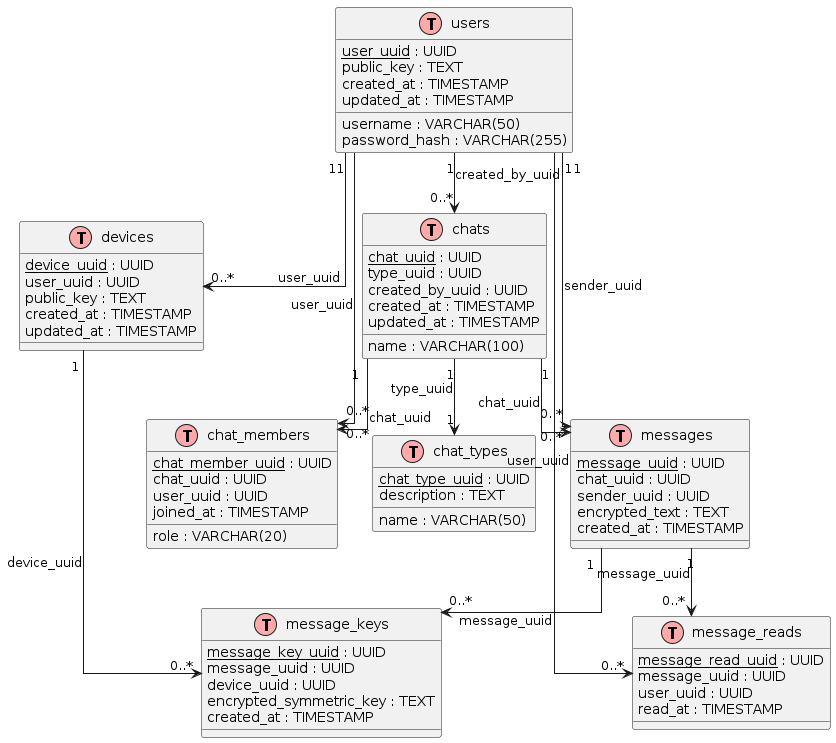
Before: docs/db.png, a diagram exported from PlantUML (sbilibin2017/bil-message).
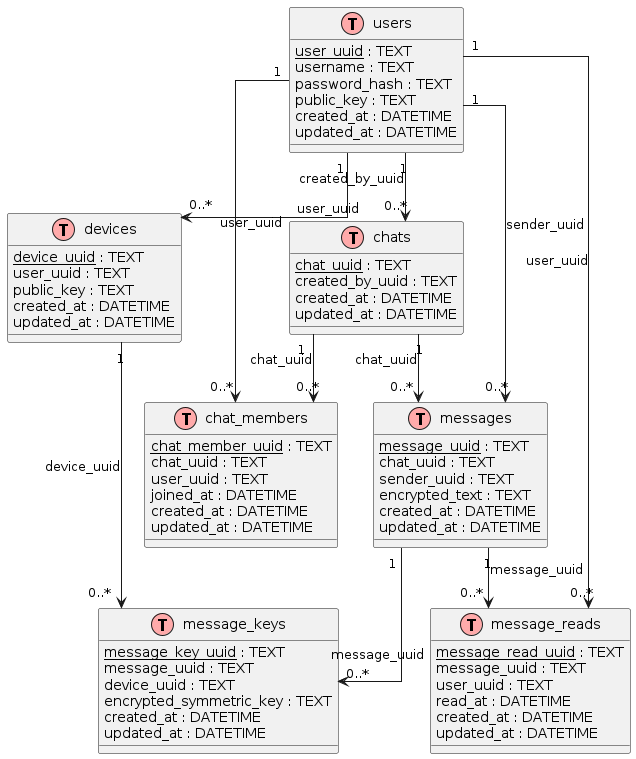
After the commit.

The edit, as a diff of the source:
```diff
@@ -4,66 +4,63 @@
 skinparam linetype ortho
 
 table(users) {
-    <u>user_uuid</u> : UUID
-    username : VARCHAR(50)
-    password_hash : VARCHAR(255)
+    <u>user_uuid</u> : TEXT
+    username : TEXT
+    password_hash : TEXT
     public_key : TEXT
-    created_at : TIMESTAMP
-    updated_at : TIMESTAMP
+    created_at : DATETIME
+    updated_at : DATETIME
 }
 
 table(devices) {
-    <u>device_uuid</u> : UUID
-    user_uuid : UUID
+    <u>device_uuid</u> : TEXT
+    user_uuid : TEXT
     public_key : TEXT
-    created_at : TIMESTAMP
-    updated_at : TIMESTAMP
-}
-
-table(chat_types) {
-    <u>chat_type_uuid</u> : UUID
-    name : VARCHAR(50)
-    description : TEXT
+    created_at : DATETIME
+    updated_at : DATETIME
 }
 
 table(chats) {
-    <u>chat_uuid</u> : UUID
-    name : VARCHAR(100)
-    type_uuid : UUID
-    created_by_uuid : UUID
-    created_at : TIMESTAMP
-    updated_at : TIMESTAMP
+    <u>chat_uuid</u> : TEXT
+    created_by_uuid : TEXT
+    created_at : DATETIME
+    updated_at : DATETIME
 }
 
 table(chat_members) {
-    <u>chat_member_uuid</u> : UUID
-    chat_uuid : UUID
-    user_uuid : UUID
-    role : VARCHAR(20)
-    joined_at : TIMESTAMP
+    <u>chat_member_uuid</u> : TEXT
+    chat_uuid : TEXT
+    user_uuid : TEXT
+    joined_at : DATETIME
+    created_at : DATETIME
+    updated_at : DATETIME
 }
 
 table(messages) {
-    <u>message_uuid</u> : UUID
-    chat_uuid : UUID
-    sender_uuid : UUID
+    <u>message_uuid</u> : TEXT
+    chat_uuid : TEXT
+    sender_uuid : TEXT
     encrypted_text : TEXT
-    created_at : TIMESTAMP
+    created_at : DATETIME
+    updated_at : DATETIME
 }
 
 table(message_keys) {
-    <u>message_key_uuid</u> : UUID
-    message_uuid : UUID
-    device_uuid : UUID
+    <u>message_key_uuid</u> : TEXT
+    message_uuid : TEXT
+    device_uuid : TEXT
     encrypted_symmetric_key : TEXT
-    created_at : TIMESTAMP
+    created_at : DATETIME
+    updated_at : DATETIME
 }
 
 table(message_reads) {
-    <u>message_read_uuid</u> : UUID
-    message_uuid : UUID
-    user_uuid : UUID
-    read_at : TIMESTAMP
+    <u>message_read_uuid</u> : TEXT
+    message_uuid : TEXT
+    user_uuid : TEXT
+    read_at : DATETIME
+    created_at : DATETIME
+    updated_at : DATETIME
 }
 
 users "1" --> "0..*" devices : user_uuid
@@ -76,7 +73,6 @@
 
 chats "1" --> "0..*" chat_members : chat_uuid
 chats "1" --> "0..*" messages : chat_uuid
-chats "1" --> "1" chat_types : type_uuid
 
 messages "1" --> "0..*" message_keys : message_uuid
 messages "1" --> "0..*" message_reads : message_uuid
```
